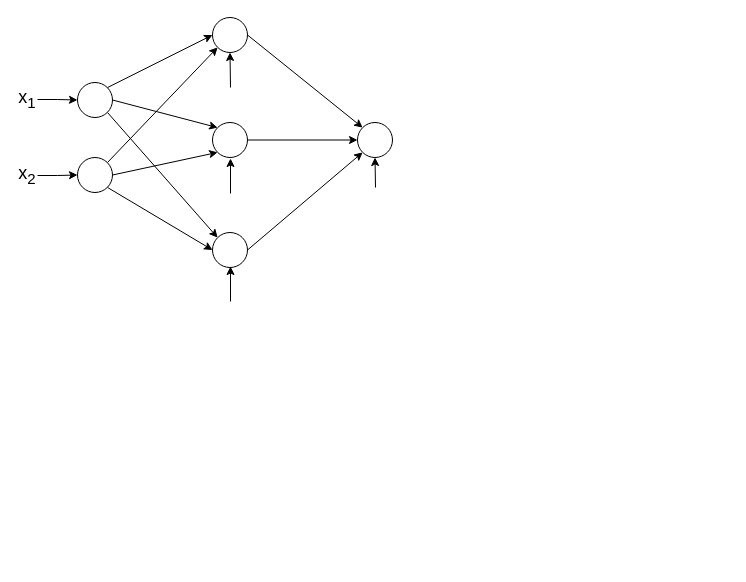
This is 13_2_KI.drawio from JoernWVSG/diagram, a draw.io file, before an edit. Source tidied: cells renumbered, new cells numbered last; positions are measured from the earlier drawing's top-left corner, leaving out a move shared by most shapes. Both pictures are drawn from the tidied source at 100%, with x=0, y=0 at pixel (17, 17).
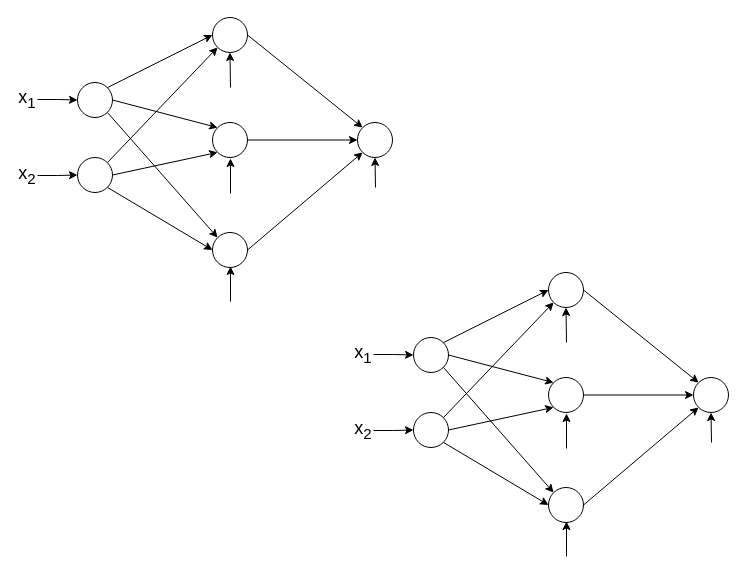
Above is the later version.

Diff of the diagram source:
```diff
@@
+    <mxCell id="25" style="rounded=0;jettySize=auto;html=1;exitX=1;exitY=0;exitDx=0;exitDy=0;entryX=0;entryY=0.5;entryDx=0;entryDy=0;" parent="1" edge="1" source="28" target="36">
+      <mxGeometry relative="1" as="geometry" />
+    </mxCell>
+    <mxCell id="26" style="rounded=0;jettySize=auto;html=1;exitX=1;exitY=0.5;exitDx=0;exitDy=0;entryX=0;entryY=0;entryDx=0;entryDy=0;" parent="1" edge="1" source="28" target="34">
+      <mxGeometry relative="1" as="geometry" />
+    </mxCell>
+    <mxCell id="27" style="rounded=0;jettySize=auto;html=1;exitX=1;exitY=1;exitDx=0;exitDy=0;entryX=0;entryY=0;entryDx=0;entryDy=0;" parent="1" edge="1" source="28" target="38">
+      <mxGeometry relative="1" as="geometry" />
+    </mxCell>
+    <mxCell id="28" style="ellipse;whiteSpace=wrap;html=1;" parent="1" vertex="1">
+      <mxGeometry x="396" y="320" width="35" height="35" as="geometry" />
+    </mxCell>
+    <mxCell id="29" style="rounded=0;jettySize=auto;html=1;exitX=1;exitY=0;exitDx=0;exitDy=0;entryX=0;entryY=1;entryDx=0;entryDy=0;" parent="1" edge="1" source="32" target="36">
+      <mxGeometry relative="1" as="geometry" />
+    </mxCell>
+    <mxCell id="30" style="rounded=0;jettySize=auto;html=1;exitX=1;exitY=0.5;exitDx=0;exitDy=0;entryX=0;entryY=1;entryDx=0;entryDy=0;" parent="1" edge="1" source="32" target="34">
+      <mxGeometry relative="1" as="geometry" />
+    </mxCell>
+    <mxCell id="31" style="rounded=0;jettySize=auto;html=1;exitX=1;exitY=1;exitDx=0;exitDy=0;entryX=0;entryY=0.5;entryDx=0;entryDy=0;" parent="1" edge="1" source="32" target="38">
+      <mxGeometry relative="1" as="geometry" />
+    </mxCell>
+    <mxCell id="32" style="ellipse;whiteSpace=wrap;html=1;" parent="1" vertex="1">
+      <mxGeometry x="396" y="395" width="35" height="35" as="geometry" />
+    </mxCell>
+    <mxCell id="33" style="edgeStyle=orthogonalEdgeStyle;rounded=0;jettySize=auto;html=1;exitX=1;exitY=0.5;exitDx=0;exitDy=0;entryX=0;entryY=0.5;entryDx=0;entryDy=0;" parent="1" edge="1" source="34" target="39">
+      <mxGeometry relative="1" as="geometry" />
+    </mxCell>
+    <mxCell id="34" style="ellipse;whiteSpace=wrap;html=1;" parent="1" vertex="1">
+      <mxGeometry x="531" y="360" width="35" height="35" as="geometry" />
+    </mxCell>
+    <mxCell id="35" style="rounded=0;jettySize=auto;html=1;exitX=1;exitY=0.5;exitDx=0;exitDy=0;entryX=0;entryY=0;entryDx=0;entryDy=0;" parent="1" edge="1" source="36" target="39">
+      <mxGeometry relative="1" as="geometry" />
+    </mxCell>
+    <mxCell id="36" style="ellipse;whiteSpace=wrap;html=1;" parent="1" vertex="1">
+      <mxGeometry x="531" y="255" width="35" height="35" as="geometry" />
+    </mxCell>
+    <mxCell id="37" style="rounded=0;jettySize=auto;html=1;exitX=1;exitY=0.5;exitDx=0;exitDy=0;entryX=0;entryY=1;entryDx=0;entryDy=0;" parent="1" edge="1" source="38" target="39">
+      <mxGeometry relative="1" as="geometry" />
+    </mxCell>
+    <mxCell id="38" style="ellipse;whiteSpace=wrap;html=1;" parent="1" vertex="1">
+      <mxGeometry x="531" y="470" width="35" height="35" as="geometry" />
+    </mxCell>
+    <mxCell id="39" style="ellipse;whiteSpace=wrap;html=1;" parent="1" vertex="1">
+      <mxGeometry x="676" y="360" width="35" height="35" as="geometry" />
+    </mxCell>
+    <mxCell id="40" style="endArrow=classic;html=1;rounded=0;entryX=0.5;entryY=1;entryDx=0;entryDy=0;" parent="1" edge="1" target="36">
+      <mxGeometry relative="1" as="geometry">
+        <mxPoint x="549" y="325" as="sourcePoint" />
+      </mxGeometry>
+    </mxCell>
+    <mxCell id="41" style="endArrow=classic;html=1;rounded=0;entryX=0.5;entryY=1;entryDx=0;entryDy=0;" parent="1" edge="1">
+      <mxGeometry relative="1" as="geometry">
+        <mxPoint x="549" y="431" as="sourcePoint" />
+        <mxPoint x="549" y="396" as="targetPoint" />
+      </mxGeometry>
+    </mxCell>
+    <mxCell id="42" style="endArrow=classic;html=1;rounded=0;entryX=0.5;entryY=1;entryDx=0;entryDy=0;" parent="1" edge="1">
+      <mxGeometry relative="1" as="geometry">
+        <mxPoint x="549" y="539" as="sourcePoint" />
+        <mxPoint x="549" y="504" as="targetPoint" />
+      </mxGeometry>
+    </mxCell>
+    <mxCell id="43" style="endArrow=classic;html=1;rounded=0;entryX=0.5;entryY=1;entryDx=0;entryDy=0;" parent="1" edge="1" target="39">
+      <mxGeometry relative="1" as="geometry">
+        <mxPoint x="694" y="425" as="sourcePoint" />
+      </mxGeometry>
+    </mxCell>
+    <mxCell id="44" style="edgeStyle=orthogonalEdgeStyle;rounded=0;jettySize=auto;html=1;" parent="1" edge="1" source="45" target="28">
+      <mxGeometry relative="1" as="geometry" />
+    </mxCell>
+    <mxCell id="45" value="&lt;font style=&quot;font-size: 18px;&quot;&gt;x&lt;sub&gt;1&lt;/sub&gt;&lt;/font&gt;" style="text;html=1;whiteSpace=wrap;strokeColor=none;fillColor=none;align=center;verticalAlign=middle;rounded=0;" parent="1" vertex="1">
+      <mxGeometry x="336" y="322" width="20" height="30" as="geometry" />
+    </mxCell>
+    <mxCell id="46" style="edgeStyle=orthogonalEdgeStyle;rounded=0;jettySize=auto;html=1;" parent="1" edge="1" source="47" target="32">
+      <mxGeometry relative="1" as="geometry" />
+    </mxCell>
+    <mxCell id="47" value="&lt;font style=&quot;font-size: 18px;&quot;&gt;x&lt;sub&gt;2&lt;/sub&gt;&lt;/font&gt;" style="text;html=1;whiteSpace=wrap;strokeColor=none;fillColor=none;align=center;verticalAlign=middle;rounded=0;" parent="1" vertex="1">
+      <mxGeometry x="336" y="398" width="20" height="30" as="geometry" />
+    </mxCell>
```
